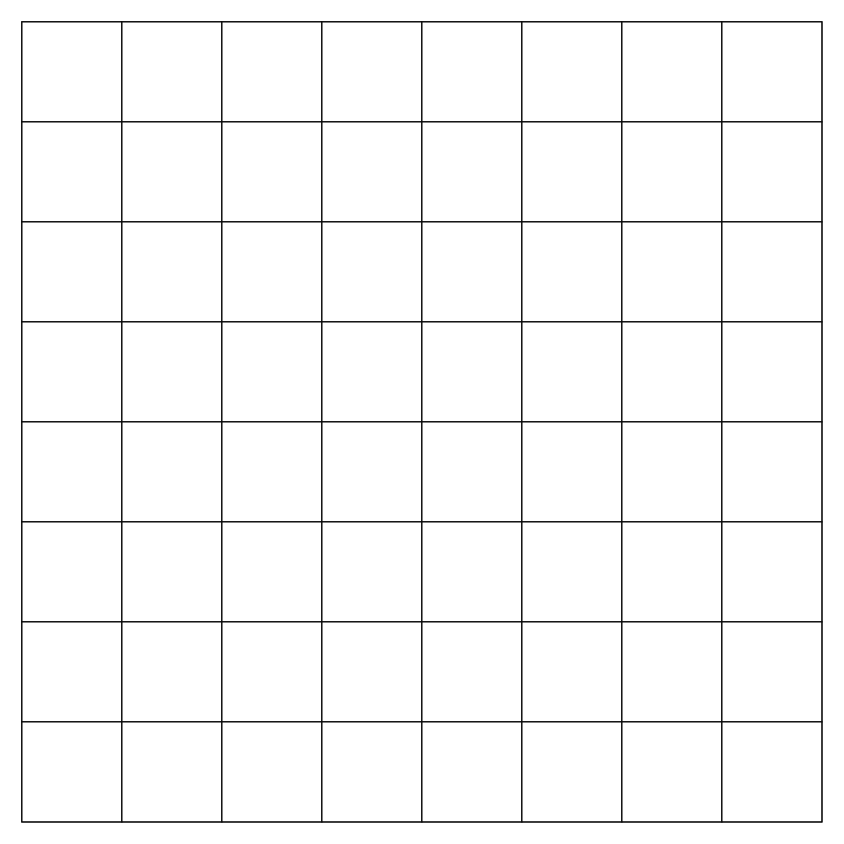
The draw.io diagram page "Page-1" (1 of 2) of Untitled Diagram.drawio in KevinCordoba/RepositoriodeDiagramas, before the edit. Source tidied: cells renumbered, new cells numbered last; positions are measured from the earlier drawing's top-left corner, leaving out a move shared by most shapes. Both pictures are drawn from the tidied source at 125%, with x=0, y=0 at pixel (21, 21).
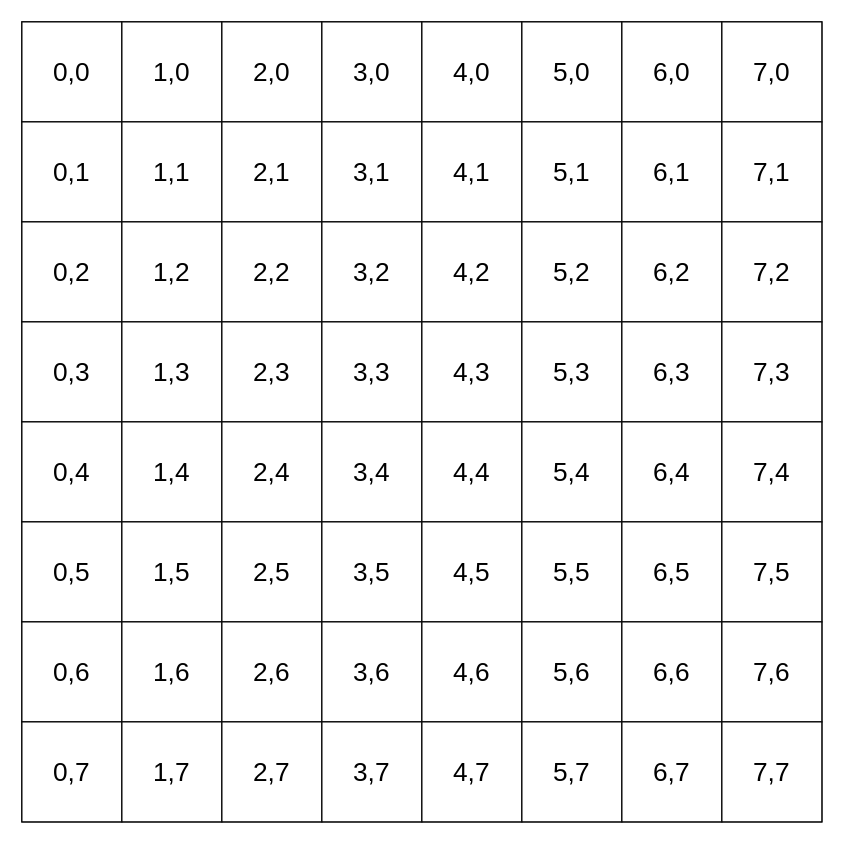
After the change.

Diff of the diagram source:
```diff
@@
+    <mxCell id="67" value="&lt;p&gt;&lt;font style=&quot;font-size: 21px&quot;&gt;1,0&lt;/font&gt;&lt;/p&gt;" style="text;html=1;strokeColor=none;fillColor=none;align=center;verticalAlign=middle;whiteSpace=wrap;rounded=0;" parent="1" vertex="1">
+      <mxGeometry x="100" y="30" width="40" height="20" as="geometry" />
+    </mxCell>
+    <mxCell id="68" value="&lt;p&gt;&lt;font style=&quot;font-size: 21px&quot;&gt;0,0&lt;/font&gt;&lt;/p&gt;" style="text;html=1;strokeColor=none;fillColor=none;align=center;verticalAlign=middle;whiteSpace=wrap;rounded=0;" parent="1" vertex="1">
+      <mxGeometry x="20" y="30" width="40" height="20" as="geometry" />
+    </mxCell>
+    <mxCell id="69" value="&lt;p&gt;&lt;font style=&quot;font-size: 21px&quot;&gt;0,1&lt;/font&gt;&lt;/p&gt;" style="text;html=1;strokeColor=none;fillColor=none;align=center;verticalAlign=middle;whiteSpace=wrap;rounded=0;" parent="1" vertex="1">
+      <mxGeometry x="20" y="110" width="40" height="20" as="geometry" />
+    </mxCell>
+    <mxCell id="70" value="&lt;p&gt;&lt;font style=&quot;font-size: 21px&quot;&gt;0,2&lt;/font&gt;&lt;/p&gt;" style="text;html=1;strokeColor=none;fillColor=none;align=center;verticalAlign=middle;whiteSpace=wrap;rounded=0;" parent="1" vertex="1">
+      <mxGeometry x="20" y="190" width="40" height="20" as="geometry" />
+    </mxCell>
+    <mxCell id="71" value="&lt;p&gt;&lt;font style=&quot;font-size: 21px&quot;&gt;0,3&lt;/font&gt;&lt;/p&gt;" style="text;html=1;strokeColor=none;fillColor=none;align=center;verticalAlign=middle;whiteSpace=wrap;rounded=0;" parent="1" vertex="1">
+      <mxGeometry x="20" y="270" width="40" height="20" as="geometry" />
+    </mxCell>
+    <mxCell id="72" value="&lt;p&gt;&lt;font style=&quot;font-size: 21px&quot;&gt;0,4&lt;/font&gt;&lt;/p&gt;" style="text;html=1;strokeColor=none;fillColor=none;align=center;verticalAlign=middle;whiteSpace=wrap;rounded=0;" parent="1" vertex="1">
+      <mxGeometry x="20" y="350" width="40" height="20" as="geometry" />
+    </mxCell>
+    <mxCell id="73" value="&lt;p&gt;&lt;font style=&quot;font-size: 21px&quot;&gt;0,5&lt;/font&gt;&lt;/p&gt;" style="text;html=1;strokeColor=none;fillColor=none;align=center;verticalAlign=middle;whiteSpace=wrap;rounded=0;" parent="1" vertex="1">
+      <mxGeometry x="20" y="430" width="40" height="20" as="geometry" />
+    </mxCell>
+    <mxCell id="74" value="&lt;p&gt;&lt;font style=&quot;font-size: 21px&quot;&gt;0,6&lt;/font&gt;&lt;/p&gt;" style="text;html=1;strokeColor=none;fillColor=none;align=center;verticalAlign=middle;whiteSpace=wrap;rounded=0;" parent="1" vertex="1">
+      <mxGeometry x="20" y="510" width="40" height="20" as="geometry" />
+    </mxCell>
+    <mxCell id="75" value="&lt;p&gt;&lt;font style=&quot;font-size: 21px&quot;&gt;0,7&lt;/font&gt;&lt;/p&gt;" style="text;html=1;strokeColor=none;fillColor=none;align=center;verticalAlign=middle;whiteSpace=wrap;rounded=0;" parent="1" vertex="1">
+      <mxGeometry x="20" y="590" width="40" height="20" as="geometry" />
+    </mxCell>
+    <mxCell id="76" value="&lt;p&gt;&lt;font style=&quot;font-size: 21px&quot;&gt;1,1&lt;/font&gt;&lt;/p&gt;" style="text;html=1;strokeColor=none;fillColor=none;align=center;verticalAlign=middle;whiteSpace=wrap;rounded=0;" parent="1" vertex="1">
+      <mxGeometry x="100" y="110" width="40" height="20" as="geometry" />
+    </mxCell>
+    <mxCell id="77" value="&lt;p&gt;&lt;font style=&quot;font-size: 21px&quot;&gt;1,2&lt;/font&gt;&lt;/p&gt;" style="text;html=1;strokeColor=none;fillColor=none;align=center;verticalAlign=middle;whiteSpace=wrap;rounded=0;" parent="1" vertex="1">
+      <mxGeometry x="100" y="190" width="40" height="20" as="geometry" />
+    </mxCell>
+    <mxCell id="78" value="&lt;p&gt;&lt;font style=&quot;font-size: 21px&quot;&gt;1,3&lt;/font&gt;&lt;/p&gt;" style="text;html=1;strokeColor=none;fillColor=none;align=center;verticalAlign=middle;whiteSpace=wrap;rounded=0;" parent="1" vertex="1">
+      <mxGeometry x="100" y="270" width="40" height="20" as="geometry" />
+    </mxCell>
+    <mxCell id="79" value="&lt;p&gt;&lt;font style=&quot;font-size: 21px&quot;&gt;1,4&lt;/font&gt;&lt;/p&gt;" style="text;html=1;strokeColor=none;fillColor=none;align=center;verticalAlign=middle;whiteSpace=wrap;rounded=0;" parent="1" vertex="1">
+      <mxGeometry x="100" y="350" width="40" height="20" as="geometry" />
+    </mxCell>
+    <mxCell id="80" value="&lt;p&gt;&lt;font style=&quot;font-size: 21px&quot;&gt;1,5&lt;/font&gt;&lt;/p&gt;" style="text;html=1;strokeColor=none;fillColor=none;align=center;verticalAlign=middle;whiteSpace=wrap;rounded=0;" parent="1" vertex="1">
+      <mxGeometry x="100" y="430" width="40" height="20" as="geometry" />
+    </mxCell>
+    <mxCell id="81" value="&lt;p&gt;&lt;font style=&quot;font-size: 21px&quot;&gt;1,6&lt;/font&gt;&lt;/p&gt;" style="text;html=1;strokeColor=none;fillColor=none;align=center;verticalAlign=middle;whiteSpace=wrap;rounded=0;" parent="1" vertex="1">
+      <mxGeometry x="100" y="510" width="40" height="20" as="geometry" />
+    </mxCell>
+    <mxCell id="82" value="&lt;p&gt;&lt;font style=&quot;font-size: 21px&quot;&gt;1,7&lt;/font&gt;&lt;/p&gt;" style="text;html=1;strokeColor=none;fillColor=none;align=center;verticalAlign=middle;whiteSpace=wrap;rounded=0;" parent="1" vertex="1">
+      <mxGeometry x="100" y="590" width="40" height="20" as="geometry" />
+    </mxCell>
+    <mxCell id="83" value="&lt;p&gt;&lt;font style=&quot;font-size: 21px&quot;&gt;2,1&lt;/font&gt;&lt;/p&gt;" style="text;html=1;strokeColor=none;fillColor=none;align=center;verticalAlign=middle;whiteSpace=wrap;rounded=0;" parent="1" vertex="1">
+      <mxGeometry x="180" y="110" width="40" height="20" as="geometry" />
+    </mxCell>
+    <mxCell id="84" value="&lt;p&gt;&lt;font style=&quot;font-size: 21px&quot;&gt;2,2&lt;/font&gt;&lt;/p&gt;" style="text;html=1;strokeColor=none;fillColor=none;align=center;verticalAlign=middle;whiteSpace=wrap;rounded=0;" parent="1" vertex="1">
+      <mxGeometry x="180" y="190" width="40" height="20" as="geometry" />
+    </mxCell>
+    <mxCell id="85" value="&lt;p&gt;&lt;font style=&quot;font-size: 21px&quot;&gt;2,3&lt;/font&gt;&lt;/p&gt;" style="text;html=1;strokeColor=none;fillColor=none;align=center;verticalAlign=middle;whiteSpace=wrap;rounded=0;" parent="1" vertex="1">
+      <mxGeometry x="180" y="270" width="40" height="20" as="geometry" />
+    </mxCell>
+    <mxCell id="86" value="&lt;p&gt;&lt;font style=&quot;font-size: 21px&quot;&gt;2,4&lt;/font&gt;&lt;/p&gt;" style="text;html=1;strokeColor=none;fillColor=none;align=center;verticalAlign=middle;whiteSpace=wrap;rounded=0;" parent="1" vertex="1">
+      <mxGeometry x="180" y="350" width="40" height="20" as="geometry" />
+    </mxCell>
+    <mxCell id="87" value="&lt;p&gt;&lt;font style=&quot;font-size: 21px&quot;&gt;2,5&lt;/font&gt;&lt;/p&gt;" style="text;html=1;strokeColor=none;fillColor=none;align=center;verticalAlign=middle;whiteSpace=wrap;rounded=0;" parent="1" vertex="1">
+      <mxGeometry x="180" y="430" width="40" height="20" as="geometry" />
+    </mxCell>
+    <mxCell id="88" value="&lt;p&gt;&lt;font style=&quot;font-size: 21px&quot;&gt;2,6&lt;/font&gt;&lt;/p&gt;" style="text;html=1;strokeColor=none;fillColor=none;align=center;verticalAlign=middle;whiteSpace=wrap;rounded=0;" parent="1" vertex="1">
+      <mxGeometry x="180" y="510" width="40" height="20" as="geometry" />
+    </mxCell>
+    <mxCell id="89" value="&lt;p&gt;&lt;font style=&quot;font-size: 21px&quot;&gt;2,7&lt;/font&gt;&lt;/p&gt;" style="text;html=1;strokeColor=none;fillColor=none;align=center;verticalAlign=middle;whiteSpace=wrap;rounded=0;" parent="1" vertex="1">
+      <mxGeometry x="180" y="590" width="40" height="20" as="geometry" />
+    </mxCell>
+    <mxCell id="90" value="&lt;p&gt;&lt;font style=&quot;font-size: 21px&quot;&gt;3,1&lt;/font&gt;&lt;/p&gt;" style="text;html=1;strokeColor=none;fillColor=none;align=center;verticalAlign=middle;whiteSpace=wrap;rounded=0;" parent="1" vertex="1">
+      <mxGeometry x="260" y="110" width="40" height="20" as="geometry" />
+    </mxCell>
+    <mxCell id="91" value="&lt;p&gt;&lt;font style=&quot;font-size: 21px&quot;&gt;3,2&lt;/font&gt;&lt;/p&gt;" style="text;html=1;strokeColor=none;fillColor=none;align=center;verticalAlign=middle;whiteSpace=wrap;rounded=0;" parent="1" vertex="1">
+      <mxGeometry x="260" y="190" width="40" height="20" as="geometry" />
+    </mxCell>
+    <mxCell id="92" value="&lt;p&gt;&lt;font style=&quot;font-size: 21px&quot;&gt;3,3&lt;/font&gt;&lt;/p&gt;" style="text;html=1;strokeColor=none;fillColor=none;align=center;verticalAlign=middle;whiteSpace=wrap;rounded=0;" parent="1" vertex="1">
+      <mxGeometry x="260" y="270" width="40" height="20" as="geometry" />
+    </mxCell>
+    <mxCell id="93" value="&lt;p&gt;&lt;font style=&quot;font-size: 21px&quot;&gt;3,4&lt;/font&gt;&lt;/p&gt;" style="text;html=1;strokeColor=none;fillColor=none;align=center;verticalAlign=middle;whiteSpace=wrap;rounded=0;" parent="1" vertex="1">
+      <mxGeometry x="260" y="350" width="40" height="20" as="geometry" />
+    </mxCell>
+    <mxCell id="94" value="&lt;p&gt;&lt;font style=&quot;font-size: 21px&quot;&gt;3,5&lt;/font&gt;&lt;/p&gt;" style="text;html=1;strokeColor=none;fillColor=none;align=center;verticalAlign=middle;whiteSpace=wrap;rounded=0;" parent="1" vertex="1">
+      <mxGeometry x="260" y="430" width="40" height="20" as="geometry" />
+    </mxCell>
+    <mxCell id="95" value="&lt;p&gt;&lt;font style=&quot;font-size: 21px&quot;&gt;3,6&lt;/font&gt;&lt;/p&gt;" style="text;html=1;strokeColor=none;fillColor=none;align=center;verticalAlign=middle;whiteSpace=wrap;rounded=0;" parent="1" vertex="1">
+      <mxGeometry x="260" y="510" width="40" height="20" as="geometry" />
+    </mxCell>
+    <mxCell id="96" value="&lt;p&gt;&lt;font style=&quot;font-size: 21px&quot;&gt;3,7&lt;/font&gt;&lt;/p&gt;" style="text;html=1;strokeColor=none;fillColor=none;align=center;verticalAlign=middle;whiteSpace=wrap;rounded=0;" parent="1" vertex="1">
+      <mxGeometry x="260" y="590" width="40" height="20" as="geometry" />
+    </mxCell>
+    <mxCell id="97" value="&lt;p&gt;&lt;font style=&quot;font-size: 21px&quot;&gt;4,1&lt;/font&gt;&lt;/p&gt;" style="text;html=1;strokeColor=none;fillColor=none;align=center;verticalAlign=middle;whiteSpace=wrap;rounded=0;" parent="1" vertex="1">
+      <mxGeometry x="340" y="110" width="40" height="20" as="geometry" />
+    </mxCell>
+    <mxCell id="98" value="&lt;p&gt;&lt;font style=&quot;font-size: 21px&quot;&gt;4,2&lt;/font&gt;&lt;/p&gt;" style="text;html=1;strokeColor=none;fillColor=none;align=center;verticalAlign=middle;whiteSpace=wrap;rounded=0;" parent="1" vertex="1">
+      <mxGeometry x="340" y="190" width="40" height="20" as="geometry" />
+    </mxCell>
+    <mxCell id="99" value="&lt;p&gt;&lt;font style=&quot;font-size: 21px&quot;&gt;4,3&lt;/font&gt;&lt;/p&gt;" style="text;html=1;strokeColor=none;fillColor=none;align=center;verticalAlign=middle;whiteSpace=wrap;rounded=0;" parent="1" vertex="1">
+      <mxGeometry x="340" y="270" width="40" height="20" as="geometry" />
+    </mxCell>
+    <mxCell id="100" value="&lt;p&gt;&lt;font style=&quot;font-size: 21px&quot;&gt;4,4&lt;/font&gt;&lt;/p&gt;" style="text;html=1;strokeColor=none;fillColor=none;align=center;verticalAlign=middle;whiteSpace=wrap;rounded=0;" parent="1" vertex="1">
+      <mxGeometry x="340" y="350" width="40" height="20" as="geometry" />
+    </mxCell>
+    <mxCell id="101" value="&lt;p&gt;&lt;font style=&quot;font-size: 21px&quot;&gt;4,5&lt;/font&gt;&lt;/p&gt;" style="text;html=1;strokeColor=none;fillColor=none;align=center;verticalAlign=middle;whiteSpace=wrap;rounded=0;" parent="1" vertex="1">
+      <mxGeometry x="340" y="430" width="40" height="20" as="geometry" />
+    </mxCell>
+    <mxCell id="102" value="&lt;p&gt;&lt;font style=&quot;font-size: 21px&quot;&gt;4,6&lt;/font&gt;&lt;/p&gt;" style="text;html=1;strokeColor=none;fillColor=none;align=center;verticalAlign=middle;whiteSpace=wrap;rounded=0;" parent="1" vertex="1">
+      <mxGeometry x="340" y="510" width="40" height="20" as="geometry" />
+    </mxCell>
+    <mxCell id="103" value="&lt;p&gt;&lt;font style=&quot;font-size: 21px&quot;&gt;4,7&lt;/font&gt;&lt;/p&gt;" style="text;html=1;strokeColor=none;fillColor=none;align=center;verticalAlign=middle;whiteSpace=wrap;rounded=0;" parent="1" vertex="1">
+      <mxGeometry x="340" y="590" width="40" height="20" as="geometry" />
+    </mxCell>
+    <mxCell id="104" value="&lt;p&gt;&lt;font style=&quot;font-size: 21px&quot;&gt;5,1&lt;/font&gt;&lt;/p&gt;" style="text;html=1;strokeColor=none;fillColor=none;align=center;verticalAlign=middle;whiteSpace=wrap;rounded=0;" parent="1" vertex="1">
+      <mxGeometry x="420" y="110" width="40" height="20" as="geometry" />
+    </mxCell>
+    <mxCell id="105" value="&lt;p&gt;&lt;font style=&quot;font-size: 21px&quot;&gt;5,2&lt;/font&gt;&lt;/p&gt;" style="text;html=1;strokeColor=none;fillColor=none;align=center;verticalAlign=middle;whiteSpace=wrap;rounded=0;" parent="1" vertex="1">
+      <mxGeometry x="420" y="190" width="40" height="20" as="geometry" />
+    </mxCell>
+    <mxCell id="106" value="&lt;p&gt;&lt;font style=&quot;font-size: 21px&quot;&gt;5,3&lt;/font&gt;&lt;/p&gt;" style="text;html=1;strokeColor=none;fillColor=none;align=center;verticalAlign=middle;whiteSpace=wrap;rounded=0;" parent="1" vertex="1">
+      <mxGeometry x="420" y="270" width="40" height="20" as="geometry" />
+    </mxCell>
+    <mxCell id="107" value="&lt;p&gt;&lt;font style=&quot;font-size: 21px&quot;&gt;5,4&lt;/font&gt;&lt;/p&gt;" style="text;html=1;strokeColor=none;fillColor=none;align=center;verticalAlign=middle;whiteSpace=wrap;rounded=0;" parent="1" vertex="1">
+      <mxGeometry x="420" y="350" width="40" height="20" as="geometry" />
+    </mxCell>
+    <mxCell id="108" value="&lt;p&gt;&lt;font style=&quot;font-size: 21px&quot;&gt;5,5&lt;/font&gt;&lt;/p&gt;" style="text;html=1;strokeColor=none;fillColor=none;align=center;verticalAlign=middle;whiteSpace=wrap;rounded=0;" parent="1" vertex="1">
+      <mxGeometry x="420" y="430" width="40" height="20" as="geometry" />
+    </mxCell>
+    <mxCell id="109" value="&lt;p&gt;&lt;font style=&quot;font-size: 21px&quot;&gt;5,6&lt;/font&gt;&lt;/p&gt;" style="text;html=1;strokeColor=none;fillColor=none;align=center;verticalAlign=middle;whiteSpace=wrap;rounded=0;" parent="1" vertex="1">
+      <mxGeometry x="420" y="510" width="40" height="20" as="geometry" />
+    </mxCell>
+    <mxCell id="110" value="&lt;p&gt;&lt;font style=&quot;font-size: 21px&quot;&gt;5,7&lt;/font&gt;&lt;/p&gt;" style="text;html=1;strokeColor=none;fillColor=none;align=center;verticalAlign=middle;whiteSpace=wrap;rounded=0;" parent="1" vertex="1">
+      <mxGeometry x="420" y="590" width="40" height="20" as="geometry" />
+    </mxCell>
+    <mxCell id="111" value="&lt;p&gt;&lt;font style=&quot;font-size: 21px&quot;&gt;6,1&lt;/font&gt;&lt;/p&gt;" style="text;html=1;strokeColor=none;fillColor=none;align=center;verticalAlign=middle;whiteSpace=wrap;rounded=0;" parent="1" vertex="1">
+      <mxGeometry x="500" y="110" width="40" height="20" as="geometry" />
+    </mxCell>
+    <mxCell id="112" value="&lt;p&gt;&lt;font style=&quot;font-size: 21px&quot;&gt;6,2&lt;/font&gt;&lt;/p&gt;" style="text;html=1;strokeColor=none;fillColor=none;align=center;verticalAlign=middle;whiteSpace=wrap;rounded=0;" parent="1" vertex="1">
+      <mxGeometry x="500" y="190" width="40" height="20" as="geometry" />
+    </mxCell>
+    <mxCell id="113" value="&lt;p&gt;&lt;font style=&quot;font-size: 21px&quot;&gt;6,3&lt;/font&gt;&lt;/p&gt;" style="text;html=1;strokeColor=none;fillColor=none;align=center;verticalAlign=middle;whiteSpace=wrap;rounded=0;" parent="1" vertex="1">
+      <mxGeometry x="500" y="270" width="40" height="20" as="geometry" />
+    </mxCell>
+    <mxCell id="114" value="&lt;p&gt;&lt;font style=&quot;font-size: 21px&quot;&gt;6,4&lt;/font&gt;&lt;/p&gt;" style="text;html=1;strokeColor=none;fillColor=none;align=center;verticalAlign=middle;whiteSpace=wrap;rounded=0;" parent="1" vertex="1">
+      <mxGeometry x="500" y="350" width="40" height="20" as="geometry" />
+    </mxCell>
+    <mxCell id="115" value="&lt;p&gt;&lt;font style=&quot;font-size: 21px&quot;&gt;6,5&lt;/font&gt;&lt;/p&gt;" style="text;html=1;strokeColor=none;fillColor=none;align=center;verticalAlign=middle;whiteSpace=wrap;rounded=0;" parent="1" vertex="1">
+      <mxGeometry x="500" y="430" width="40" height="20" as="geometry" />
+    </mxCell>
+    <mxCell id="116" value="&lt;p&gt;&lt;font style=&quot;font-size: 21px&quot;&gt;6,6&lt;/font&gt;&lt;/p&gt;" style="text;html=1;strokeColor=none;fillColor=none;align=center;verticalAlign=middle;whiteSpace=wrap;rounded=0;" parent="1" vertex="1">
+      <mxGeometry x="500" y="510" width="40" height="20" as="geometry" />
+    </mxCell>
+    <mxCell id="117" value="&lt;p&gt;&lt;font style=&quot;font-size: 21px&quot;&gt;6,7&lt;/font&gt;&lt;/p&gt;" style="text;html=1;strokeColor=none;fillColor=none;align=center;verticalAlign=middle;whiteSpace=wrap;rounded=0;" parent="1" vertex="1">
+      <mxGeometry x="500" y="590" width="40" height="20" as="geometry" />
+    </mxCell>
+    <mxCell id="118" value="&lt;p&gt;&lt;font style=&quot;font-size: 21px&quot;&gt;7,1&lt;/font&gt;&lt;/p&gt;" style="text;html=1;strokeColor=none;fillColor=none;align=center;verticalAlign=middle;whiteSpace=wrap;rounded=0;" parent="1" vertex="1">
+      <mxGeometry x="580" y="110" width="40" height="20" as="geometry" />
+    </mxCell>
+    <mxCell id="119" value="&lt;p&gt;&lt;font style=&quot;font-size: 21px&quot;&gt;7,2&lt;/font&gt;&lt;/p&gt;" style="text;html=1;strokeColor=none;fillColor=none;align=center;verticalAlign=middle;whiteSpace=wrap;rounded=0;" parent="1" vertex="1">
+      <mxGeometry x="580" y="190" width="40" height="20" as="geometry" />
+    </mxCell>
+    <mxCell id="120" value="&lt;p&gt;&lt;font style=&quot;font-size: 21px&quot;&gt;7,3&lt;/font&gt;&lt;/p&gt;" style="text;html=1;strokeColor=none;fillColor=none;align=center;verticalAlign=middle;whiteSpace=wrap;rounded=0;" parent="1" vertex="1">
+      <mxGeometry x="580" y="270" width="40" height="20" as="geometry" />
+    </mxCell>
+    <mxCell id="121" value="&lt;p&gt;&lt;font style=&quot;font-size: 21px&quot;&gt;7,4&lt;/font&gt;&lt;/p&gt;" style="text;html=1;strokeColor=none;fillColor=none;align=center;verticalAlign=middle;whiteSpace=wrap;rounded=0;" parent="1" vertex="1">
+      <mxGeometry x="580" y="350" width="40" height="20" as="geometry" />
+    </mxCell>
+    <mxCell id="122" value="&lt;p&gt;&lt;font style=&quot;font-size: 21px&quot;&gt;7,5&lt;/font&gt;&lt;/p&gt;" style="text;html=1;strokeColor=none;fillColor=none;align=center;verticalAlign=middle;whiteSpace=wrap;rounded=0;" parent="1" vertex="1">
+      <mxGeometry x="580" y="430" width="40" height="20" as="geometry" />
+    </mxCell>
+    <mxCell id="123" value="&lt;p&gt;&lt;font style=&quot;font-size: 21px&quot;&gt;7,6&lt;/font&gt;&lt;/p&gt;" style="text;html=1;strokeColor=none;fillColor=none;align=center;verticalAlign=middle;whiteSpace=wrap;rounded=0;" parent="1" vertex="1">
+      <mxGeometry x="580" y="510" width="40" height="20" as="geometry" />
+    </mxCell>
+    <mxCell id="124" value="&lt;p&gt;&lt;font style=&quot;font-size: 21px&quot;&gt;7,7&lt;/font&gt;&lt;/p&gt;" style="text;html=1;strokeColor=none;fillColor=none;align=center;verticalAlign=middle;whiteSpace=wrap;rounded=0;" parent="1" vertex="1">
+      <mxGeometry x="580" y="590" width="40" height="20" as="geometry" />
+    </mxCell>
+    <mxCell id="125" value="&lt;p&gt;&lt;font style=&quot;font-size: 21px&quot;&gt;3,0&lt;/font&gt;&lt;/p&gt;" style="text;html=1;strokeColor=none;fillColor=none;align=center;verticalAlign=middle;whiteSpace=wrap;rounded=0;" parent="1" vertex="1">
+      <mxGeometry x="260" y="30" width="40" height="20" as="geometry" />
+    </mxCell>
+    <mxCell id="126" value="&lt;p&gt;&lt;font style=&quot;font-size: 21px&quot;&gt;2,0&lt;/font&gt;&lt;/p&gt;" style="text;html=1;strokeColor=none;fillColor=none;align=center;verticalAlign=middle;whiteSpace=wrap;rounded=0;" parent="1" vertex="1">
+      <mxGeometry x="180" y="30" width="40" height="20" as="geometry" />
+    </mxCell>
+    <mxCell id="127" value="&lt;p&gt;&lt;font style=&quot;font-size: 21px&quot;&gt;5,0&lt;/font&gt;&lt;/p&gt;" style="text;html=1;strokeColor=none;fillColor=none;align=center;verticalAlign=middle;whiteSpace=wrap;rounded=0;" parent="1" vertex="1">
+      <mxGeometry x="420" y="30" width="40" height="20" as="geometry" />
+    </mxCell>
+    <mxCell id="128" value="&lt;p&gt;&lt;font style=&quot;font-size: 21px&quot;&gt;4,0&lt;/font&gt;&lt;/p&gt;" style="text;html=1;strokeColor=none;fillColor=none;align=center;verticalAlign=middle;whiteSpace=wrap;rounded=0;" parent="1" vertex="1">
+      <mxGeometry x="340" y="30" width="40" height="20" as="geometry" />
+    </mxCell>
+    <mxCell id="129" value="&lt;p&gt;&lt;font style=&quot;font-size: 21px&quot;&gt;7,0&lt;/font&gt;&lt;/p&gt;" style="text;html=1;strokeColor=none;fillColor=none;align=center;verticalAlign=middle;whiteSpace=wrap;rounded=0;" parent="1" vertex="1">
+      <mxGeometry x="580" y="30" width="40" height="20" as="geometry" />
+    </mxCell>
+    <mxCell id="130" value="&lt;p&gt;&lt;font style=&quot;font-size: 21px&quot;&gt;6,0&lt;/font&gt;&lt;/p&gt;" style="text;html=1;strokeColor=none;fillColor=none;align=center;verticalAlign=middle;whiteSpace=wrap;rounded=0;" parent="1" vertex="1">
+      <mxGeometry x="500" y="30" width="40" height="20" as="geometry" />
+    </mxCell>
```
